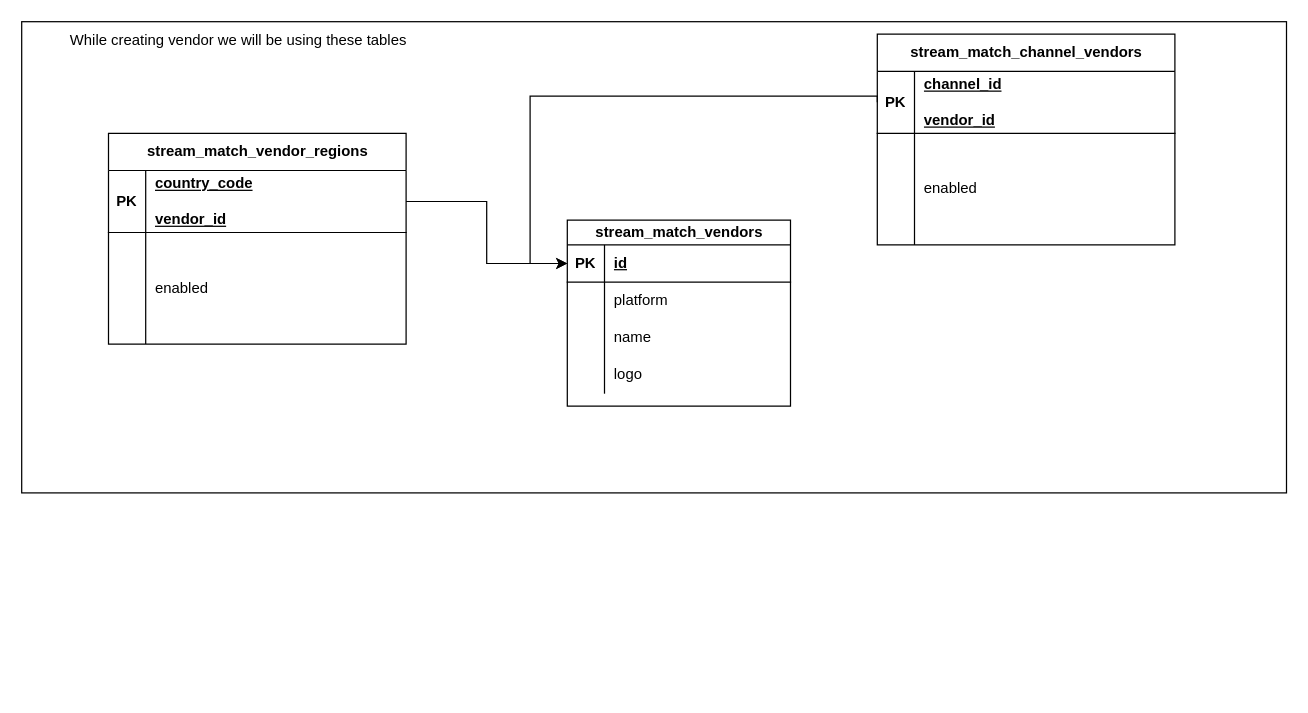
Above: page "data-relations" (2 of 2) of data-collection-flow.drawio in zeeshan-edgevideo-ai/architecture (draw.io), before the change. Source tidied: cells renumbered, new cells numbered last; positions are measured from the earlier drawing's top-left corner, leaving out a move shared by most shapes. Both pictures are drawn from the tidied source at 124%, with x=0, y=0 at pixel (21, 21).
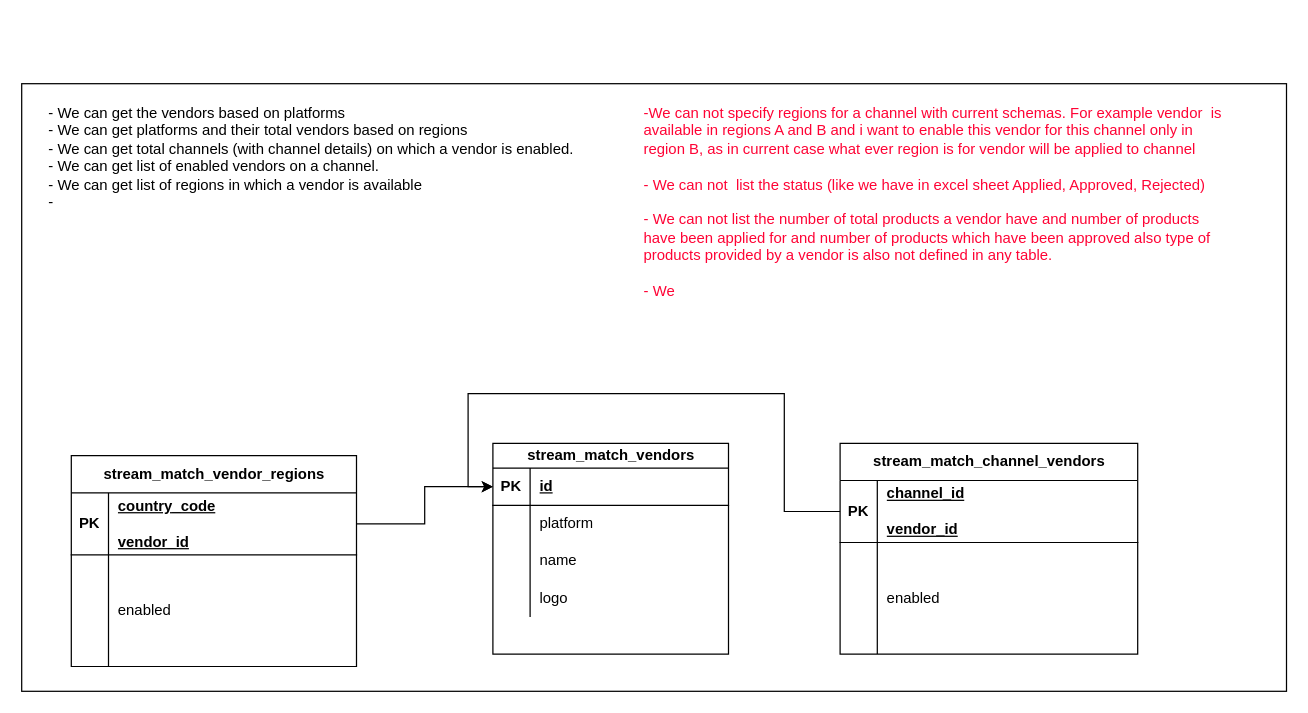
The same diagram, later.

The change refers to these unchanged cells:
```xml
<mxCell id="17" style="shape=tableRow;horizontal=0;startSize=0;swimlaneHead=0;swimlaneBody=0;fillColor=none;points=[[0,0.5],[1,0.5]];portConstraint=eastwest;top=0;left=0;right=0;bottom=1;" parent="16" vertex="1">
  <mxGeometry y="30" width="240" height="50" as="geometry" />
</mxCell>
```

The edit, as a diff of the source:
```diff
@@
     <mxCell id="2" style="rounded=0;whiteSpace=wrap;html=1;fillColor=none;" parent="1" vertex="1">
-      <mxGeometry width="1020" height="380" as="geometry" />
+      <mxGeometry y="50" width="1020" height="490" as="geometry" />
     </mxCell>
     <mxCell id="3" value="stream_match_vendors" style="shape=table;startSize=20;childLayout=tableLayout;rowLines=0;fontStyle=1;align=center;html=1;" parent="1" vertex="1">
-      <mxGeometry x="440" y="160" width="180" height="150" as="geometry" />
+      <mxGeometry x="380" y="340" width="190" height="170" as="geometry" />
     </mxCell>
     <mxCell id="4" style="shape=tableRow;horizontal=0;startSize=0;swimlaneHead=0;swimlaneBody=0;fillColor=none;points=[[0,0.5],[1,0.5]];portConstraint=eastwest;top=0;left=0;right=0;bottom=1;" parent="3" vertex="1">
-      <mxGeometry y="20" width="180" height="30" as="geometry" />
+      <mxGeometry y="20" width="190" height="30" as="geometry" />
     </mxCell>
@@
     <mxCell id="6" value="id" style="shape=partialRectangle;fillColor=none;top=0;left=0;bottom=0;right=0;align=left;spacingLeft=6;fontStyle=5;overflow=hidden;whiteSpace=wrap;html=1;" parent="4" vertex="1">
-      <mxGeometry x="30" width="150" height="30" as="geometry" />
+      <mxGeometry x="30" width="160" height="30" as="geometry" />
     </mxCell>
     <mxCell id="7" style="shape=tableRow;horizontal=0;startSize=0;swimlaneHead=0;swimlaneBody=0;fillColor=none;top=0;left=0;right=0;bottom=0;" parent="3" vertex="1">
-      <mxGeometry y="50" width="180" height="30" as="geometry" />
+      <mxGeometry y="50" width="190" height="30" as="geometry" />
     </mxCell>
@@
     <mxCell id="9" value="platform" style="shape=partialRectangle;fillColor=none;top=0;left=0;bottom=0;right=0;align=left;spacingLeft=6;overflow=hidden;whiteSpace=wrap;html=1;" parent="7" vertex="1">
-      <mxGeometry x="30" width="150" height="30" as="geometry" />
+      <mxGeometry x="30" width="160" height="30" as="geometry" />
     </mxCell>
     <mxCell id="10" style="shape=tableRow;horizontal=0;startSize=0;swimlaneHead=0;swimlaneBody=0;fillColor=none;top=0;left=0;right=0;bottom=0;" parent="3" vertex="1">
-      <mxGeometry y="80" width="180" height="30" as="geometry" />
+      <mxGeometry y="80" width="190" height="30" as="geometry" />
     </mxCell>
@@
     <mxCell id="12" value="name" style="shape=partialRectangle;fillColor=none;top=0;left=0;bottom=0;right=0;align=left;spacingLeft=6;overflow=hidden;whiteSpace=wrap;html=1;" parent="10" vertex="1">
-      <mxGeometry x="30" width="150" height="30" as="geometry" />
+      <mxGeometry x="30" width="160" height="30" as="geometry" />
     </mxCell>
     <mxCell id="13" style="shape=tableRow;horizontal=0;startSize=0;swimlaneHead=0;swimlaneBody=0;fillColor=none;top=0;left=0;right=0;bottom=0;" parent="3" vertex="1">
-      <mxGeometry y="110" width="180" height="30" as="geometry" />
+      <mxGeometry y="110" width="190" height="30" as="geometry" />
     </mxCell>
@@
     <mxCell id="15" value="logo" style="shape=partialRectangle;fillColor=none;top=0;left=0;bottom=0;right=0;align=left;spacingLeft=6;overflow=hidden;whiteSpace=wrap;html=1;" parent="13" vertex="1">
-      <mxGeometry x="30" width="150" height="30" as="geometry" />
+      <mxGeometry x="30" width="160" height="30" as="geometry" />
     </mxCell>
     <mxCell id="16" value="stream_match_channel_vendors" style="shape=table;startSize=30;childLayout=tableLayout;rowLines=0;fontStyle=1;align=center;html=1;" parent="1" vertex="1">
-      <mxGeometry x="690" y="10" width="240" height="170" as="geometry" />
+      <mxGeometry x="660" y="340" width="240" height="170" as="geometry" />
     </mxCell>
@@
     <mxCell id="29" value="stream_match_vendor_regions" style="shape=table;startSize=30;childLayout=tableLayout;rowLines=0;fontStyle=1;align=center;html=1;" parent="1" vertex="1">
-      <mxGeometry x="70" y="90" width="240" height="170" as="geometry" />
+      <mxGeometry x="40" y="350" width="230" height="170" as="geometry" />
     </mxCell>
     <mxCell id="30" style="shape=tableRow;horizontal=0;startSize=0;swimlaneHead=0;swimlaneBody=0;fillColor=none;points=[[0,0.5],[1,0.5]];portConstraint=eastwest;top=0;left=0;right=0;bottom=1;" parent="29" vertex="1">
-      <mxGeometry y="30" width="240" height="50" as="geometry" />
+      <mxGeometry y="30" width="230" height="50" as="geometry" />
     </mxCell>
@@
     <mxCell id="32" value="country_code&lt;div&gt;&lt;br&gt;&lt;/div&gt;&lt;div&gt;vendor_id&lt;/div&gt;" style="shape=partialRectangle;fillColor=none;top=0;left=0;bottom=0;right=0;align=left;spacingLeft=6;fontStyle=5;overflow=hidden;whiteSpace=wrap;html=1;" parent="30" vertex="1">
-      <mxGeometry x="30" width="210" height="50" as="geometry" />
+      <mxGeometry x="30" width="200" height="50" as="geometry" />
     </mxCell>
     <mxCell id="33" style="shape=tableRow;horizontal=0;startSize=0;swimlaneHead=0;swimlaneBody=0;fillColor=none;top=0;left=0;right=0;bottom=0;" parent="29" vertex="1">
-      <mxGeometry y="80" width="240" height="30" as="geometry" />
+      <mxGeometry y="80" width="230" height="30" as="geometry" />
     </mxCell>
@@
     <mxCell id="35" style="shape=partialRectangle;fillColor=none;top=0;left=0;bottom=0;right=0;align=left;spacingLeft=6;overflow=hidden;whiteSpace=wrap;html=1;" parent="33" vertex="1">
-      <mxGeometry x="30" width="210" height="30" as="geometry" />
+      <mxGeometry x="30" width="200" height="30" as="geometry" />
     </mxCell>
     <mxCell id="36" style="shape=tableRow;horizontal=0;startSize=0;swimlaneHead=0;swimlaneBody=0;fillColor=none;top=0;left=0;right=0;bottom=0;" parent="29" vertex="1">
-      <mxGeometry y="110" width="240" height="30" as="geometry" />
+      <mxGeometry y="110" width="230" height="30" as="geometry" />
     </mxCell>
@@
     <mxCell id="38" value="enabled" style="shape=partialRectangle;fillColor=none;top=0;left=0;bottom=0;right=0;align=left;spacingLeft=6;overflow=hidden;whiteSpace=wrap;html=1;" parent="36" vertex="1">
-      <mxGeometry x="30" width="210" height="30" as="geometry" />
+      <mxGeometry x="30" width="200" height="30" as="geometry" />
     </mxCell>
     <mxCell id="39" style="shape=tableRow;horizontal=0;startSize=0;swimlaneHead=0;swimlaneBody=0;fillColor=none;top=0;left=0;right=0;bottom=0;" parent="29" vertex="1">
-      <mxGeometry y="140" width="240" height="30" as="geometry" />
+      <mxGeometry y="140" width="230" height="30" as="geometry" />
     </mxCell>
@@
     <mxCell id="41" style="shape=partialRectangle;fillColor=none;top=0;left=0;bottom=0;right=0;align=left;spacingLeft=6;overflow=hidden;whiteSpace=wrap;html=1;" parent="39" vertex="1">
-      <mxGeometry x="30" width="210" height="30" as="geometry" />
+      <mxGeometry x="30" width="200" height="30" as="geometry" />
     </mxCell>
@@
+    <mxCell id="44" value="- We can get the vendors based on platforms&lt;div&gt;- We can get platforms and their total vendors based on regions&amp;nbsp;&lt;/div&gt;&lt;div&gt;- We can get total channels (with channel details) on which a vendor is enabled.&lt;/div&gt;&lt;div&gt;- We can get list of enabled vendors on a channel.&lt;/div&gt;&lt;div&gt;- We can get list of regions in which a vendor is available&amp;nbsp;&lt;/div&gt;&lt;div&gt;-&amp;nbsp;&lt;/div&gt;" style="text;html=1;align=left;verticalAlign=top;whiteSpace=wrap;rounded=0;" parent="1" vertex="1">
+      <mxGeometry x="20" y="60" width="460" height="260" as="geometry" />
+    </mxCell>
     <mxCell id="43" style="edgeStyle=orthogonalEdgeStyle;rounded=0;jettySize=auto;html=1;exitX=0;exitY=0.5;exitDx=0;exitDy=0;entryX=0;entryY=0.5;entryDx=0;entryDy=0;" parent="1" edge="1" source="17" target="4">
       <mxGeometry relative="1" as="geometry">
         <Array as="points">
-          <mxPoint x="620" y="60" />
-          <mxPoint x="410" y="60" />
-          <mxPoint x="410" y="125" />
+          <mxPoint x="615" y="395" />
+          <mxPoint x="615" y="300" />
+          <mxPoint x="360" y="300" />
+          <mxPoint x="360" y="375" />
         </Array>
       </mxGeometry>
     </mxCell>
-    <mxCell id="44" value="While creating vendor we will be using these tables" style="text;html=1;align=center;verticalAlign=middle;whiteSpace=wrap;rounded=0;" parent="1" vertex="1">
-      <mxGeometry x="10" width="330" height="30" as="geometry" />
-    </mxCell>
+    <mxCell id="45" value="&lt;div style=&quot;&quot;&gt;&lt;font color=&quot;#ff0335&quot;&gt;-We can not specify regions for a channel with current schemas. For example vendor&amp;nbsp; is available in regions A and B and i want to enable this vendor for this channel only in region B, as in current case what ever region is for vendor will be applied to channel&amp;nbsp;&lt;/font&gt;&lt;/div&gt;&lt;div style=&quot;&quot;&gt;&lt;font color=&quot;#ff0335&quot;&gt;&lt;br&gt;&lt;/font&gt;&lt;/div&gt;&lt;div style=&quot;&quot;&gt;&lt;font color=&quot;#ff0335&quot;&gt;- We can not&amp;nbsp; list the status (like we have in excel sheet Applied, Approved, Rejected)&lt;/font&gt;&lt;/div&gt;&lt;div style=&quot;&quot;&gt;&lt;font color=&quot;#ff0335&quot;&gt;&lt;br&gt;&lt;/font&gt;&lt;/div&gt;&lt;div style=&quot;&quot;&gt;&lt;font color=&quot;#ff0335&quot;&gt;- We can not list the number of total products a vendor have and number of products have been applied for and number of products which have been approved also type of products provided by a vendor is also not defined in any table.&amp;nbsp;&amp;nbsp;&lt;/font&gt;&lt;/div&gt;&lt;div style=&quot;&quot;&gt;&lt;font color=&quot;#ff0335&quot;&gt;&lt;br&gt;&lt;/font&gt;&lt;/div&gt;&lt;div style=&quot;&quot;&gt;&lt;font color=&quot;#ff0335&quot;&gt;- We&amp;nbsp;&lt;/font&gt;&lt;/div&gt;" style="text;html=1;align=left;verticalAlign=top;whiteSpace=wrap;rounded=0;" parent="1" vertex="1">
+      <mxGeometry x="500" y="60" width="470" height="240" as="geometry" />
+    </mxCell>
```
